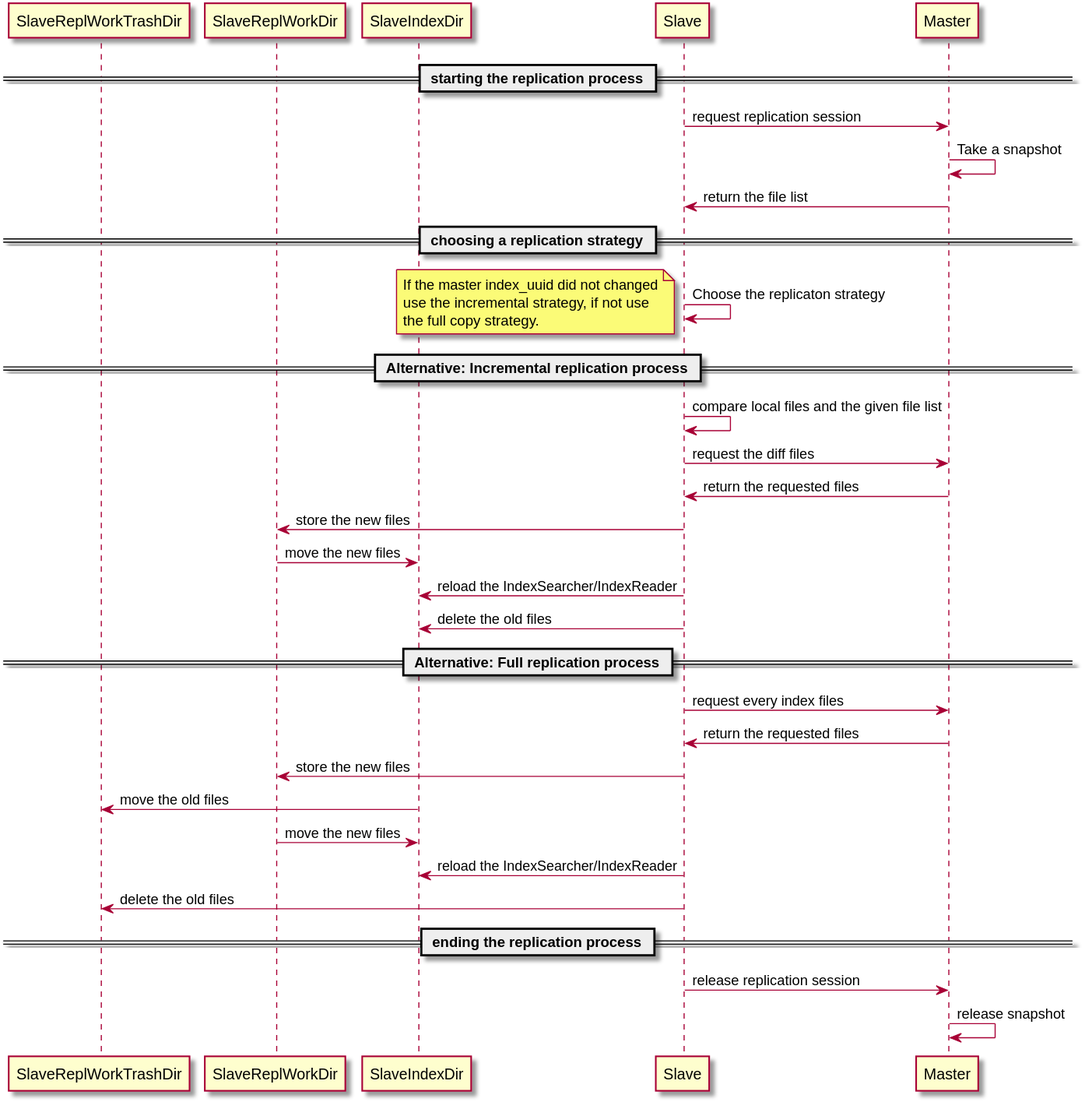
Before: docs/images/replication-sequence.svg, a diagram exported from PlantUML (qwazr/search). The source it was exported from:
```plantuml
@startuml
participant SlaveReplWorkTrashDir
participant SlaveReplWorkDir
participant SlaveIndexDir
participant Slave
participant Master
==== starting the replication process ====
Slave->Master : request replication session
Master->Master : Take a snapshot
Master->Slave : return the file list

==== choosing a replication strategy ====
Slave->Slave : Choose the replicaton strategy
note left
  If the master index_uuid did not changed
  use the incremental strategy, if not use
  the full copy strategy.
end note

==== Alternative: Incremental replication process ====
Slave->Slave : compare local files and the given file list
Slave->Master : request the diff files
Master->Slave : return the requested files
Slave->SlaveReplWorkDir : store the new files
SlaveReplWorkDir->SlaveIndexDir : move the new files
Slave->SlaveIndexDir : reload the IndexSearcher/IndexReader
Slave->SlaveIndexDir : delete the old files

==== Alternative: Full replication process ====
Slave->Master : request every index files
Master->Slave : return the requested files
Slave->SlaveReplWorkDir : store the new files
SlaveIndexDir->SlaveReplWorkTrashDir : move the old files
SlaveReplWorkDir->SlaveIndexDir : move the new files
Slave->SlaveIndexDir : reload the IndexSearcher/IndexReader
Slave->SlaveReplWorkTrashDir : delete the old files

==== ending the replication process ====
Slave->Master : release replication session
Master->Master : release snapshot
@enduml
```
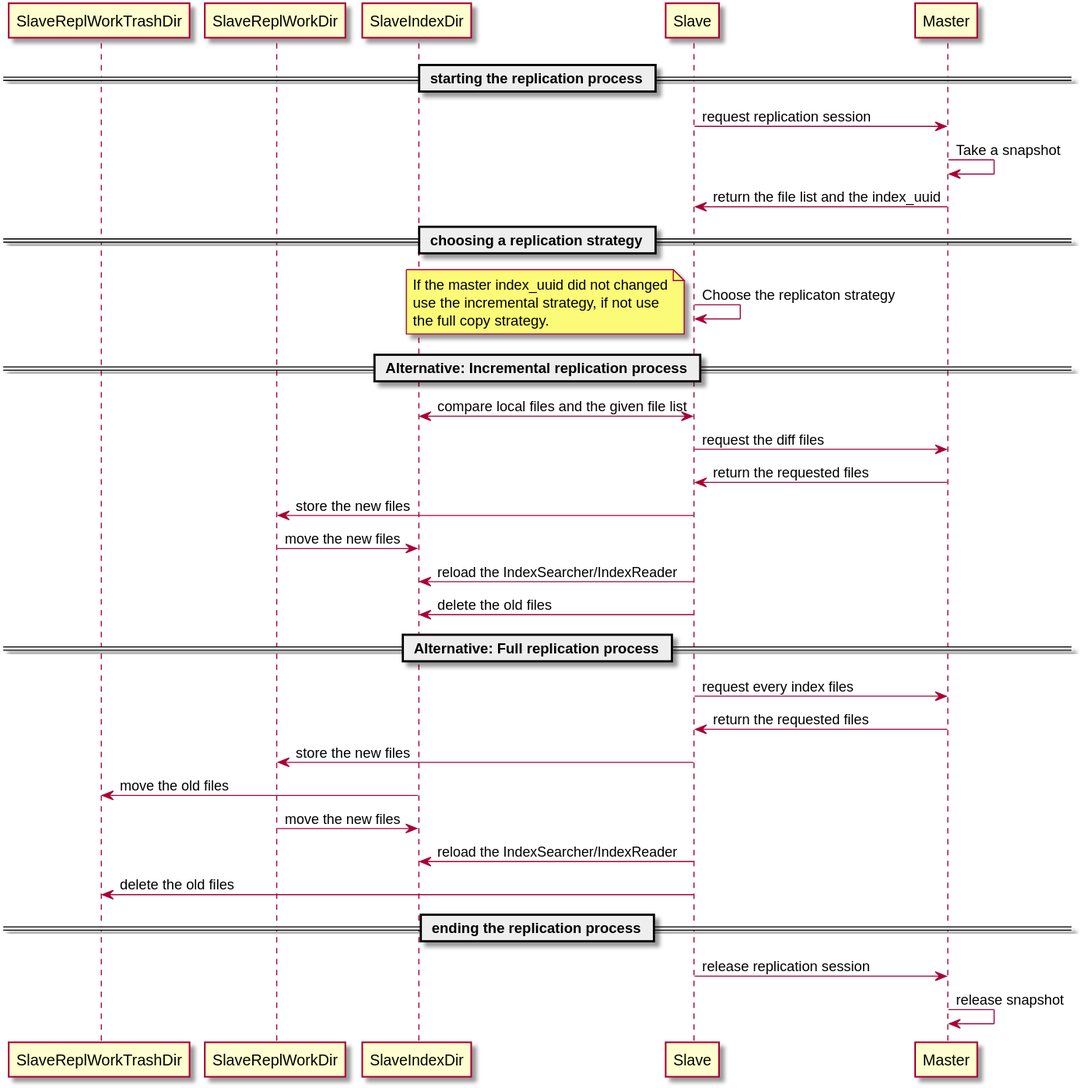
After the commit.

Commit message:
Wip on replication sequence

What changed in the source:
```diff
@@ -7,7 +7,7 @@
 ==== starting the replication process ====
 Slave->Master : request replication session
 Master->Master : Take a snapshot
-Master->Slave : return the file list
+Master->Slave : return the file list and the index_uuid
 
 ==== choosing a replication strategy ====
 Slave->Slave : Choose the replicaton strategy
@@ -18,7 +18,7 @@
 end note
 
 ==== Alternative: Incremental replication process ====
-Slave->Slave : compare local files and the given file list
+Slave<->SlaveIndexDir : compare local files and the given file list
 Slave->Master : request the diff files
 Master->Slave : return the requested files
 Slave->SlaveReplWorkDir : store the new files
```
